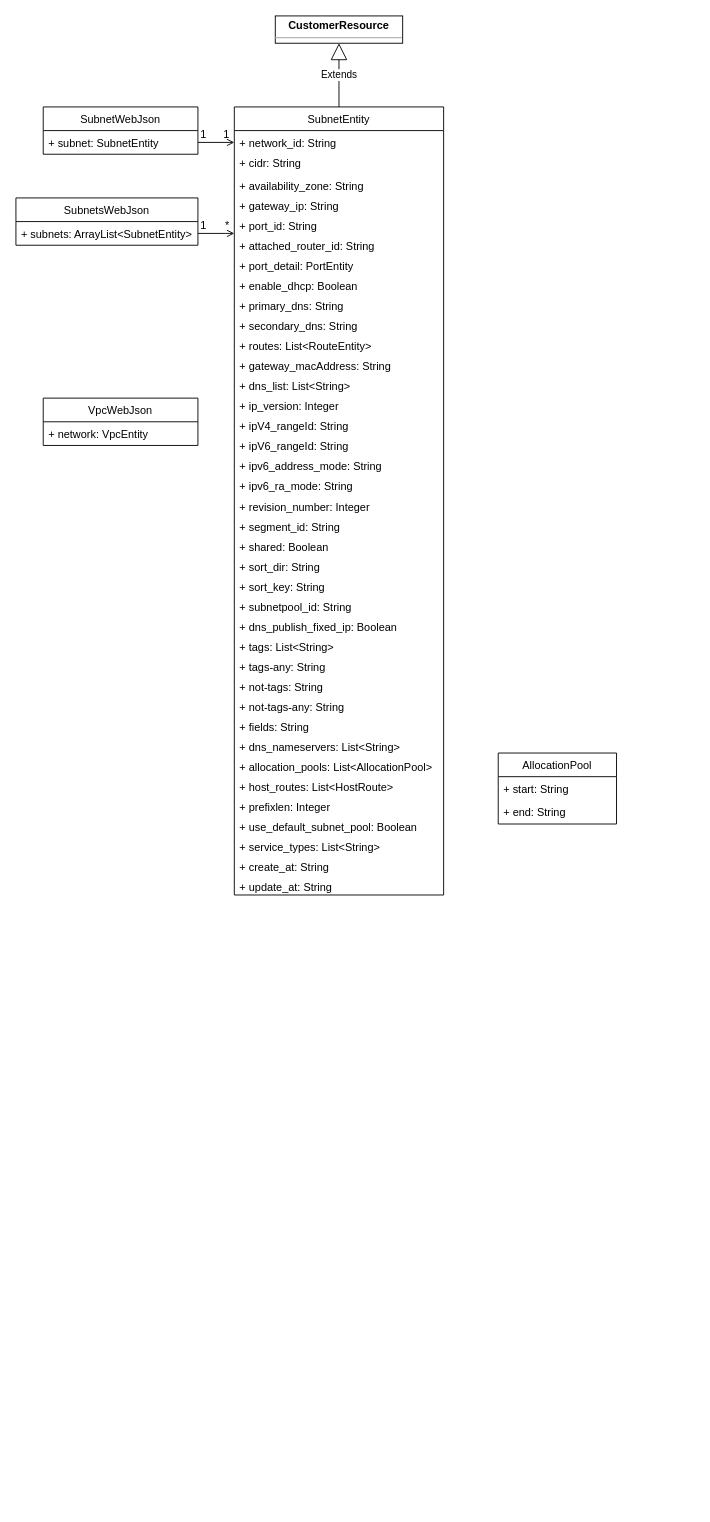
Above: subnet.drawio in cj-chung/diagrams (draw.io), before the change. Source tidied: cells renumbered, new cells numbered last; positions are measured from the earlier drawing's top-left corner, leaving out a move shared by most shapes. Both pictures are drawn from the tidied source at 91%, with x=0, y=0 at pixel (15, 15).
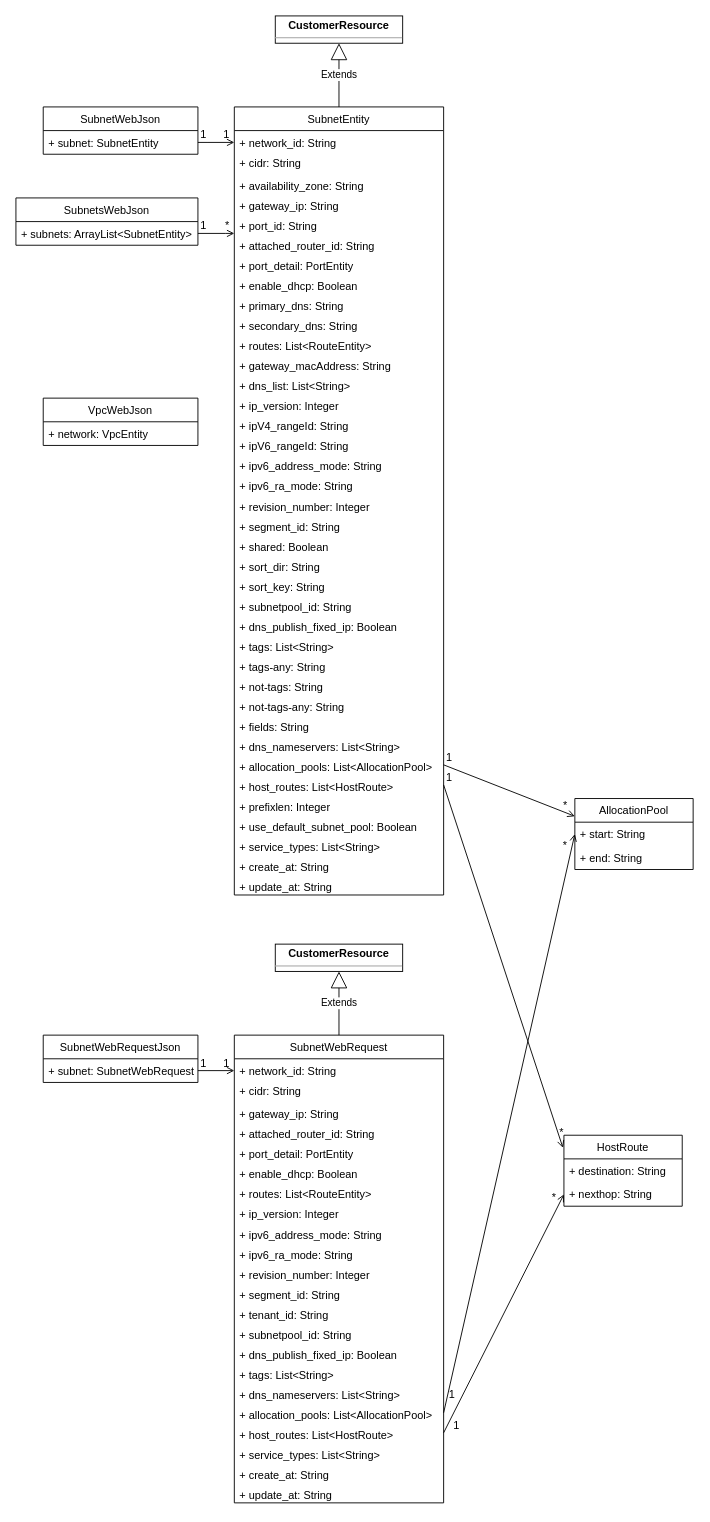
The same page after the edit.

The change refers to these unchanged cells:
```xml
<mxCell id="34" value="+ allocation_pools: List&lt;AllocationPool&gt;&#10;" style="text;strokeColor=none;fillColor=none;align=left;verticalAlign=top;spacingLeft=4;spacingRight=4;overflow=hidden;points=[[0,0.5],[1,0.5]];portConstraint=eastwest;" parent="2" vertex="1">
  <mxGeometry y="712" width="230" height="22" as="geometry" />
</mxCell>
<mxCell id="35" value="+ host_routes: List&lt;HostRoute&gt;&#10;" style="text;strokeColor=none;fillColor=none;align=left;verticalAlign=top;spacingLeft=4;spacingRight=4;overflow=hidden;points=[[0,0.5],[1,0.5]];portConstraint=eastwest;" parent="2" vertex="1">
  <mxGeometry y="734" width="230" height="22" as="geometry" />
</mxCell>
<mxCell id="42" value="+ start: String" style="text;strokeColor=none;fillColor=none;align=left;verticalAlign=top;spacingLeft=4;spacingRight=4;overflow=hidden;points=[[0,0.5],[1,0.5]];portConstraint=eastwest;" parent="41" vertex="1">
  <mxGeometry y="26" width="130" height="26" as="geometry" />
</mxCell>
```

What changed in the source:
```diff
@@
     <mxCell id="41" value="AllocationPool" style="swimlane;fontStyle=0;horizontal=1;startSize=26;fillColor=none;" parent="1" vertex="1">
-      <mxGeometry x="530" y="810" width="130" height="78" as="geometry" />
+      <mxGeometry x="614.2" y="860" width="130" height="78" as="geometry" />
     </mxCell>
@@
+    <mxCell id="58" style="endArrow=open;shadow=0;strokeWidth=1;rounded=0;endFill=1;elbow=vertical;exitX=1;exitY=0.5;exitDx=0;exitDy=0;entryX=0;entryY=0.25;entryDx=0;entryDy=0;" parent="1" edge="1" source="34" target="41">
+      <mxGeometry x="0.5" y="41" relative="1" as="geometry">
+        <mxPoint x="-40" y="32" as="offset" />
+      </mxGeometry>
+    </mxCell>
+    <mxCell id="59" value="1" style="align=left;verticalAlign=bottom;labelBackgroundColor=none;fontSize=12;" parent="58" vertex="1">
+      <mxGeometry x="-1" relative="1" as="geometry">
+        <mxPoint x="1" as="offset" />
+      </mxGeometry>
+    </mxCell>
+    <mxCell id="60" value="*" style="align=right;verticalAlign=bottom;labelBackgroundColor=none;fontSize=12;" parent="58" vertex="1">
+      <mxGeometry x="1" relative="1" as="geometry">
+        <mxPoint x="-7" y="-3" as="offset" />
+      </mxGeometry>
+    </mxCell>
+    <mxCell id="61" value="HostRoute" style="swimlane;fontStyle=0;horizontal=1;startSize=26;fillColor=none;" parent="1" vertex="1">
+      <mxGeometry x="602.2" y="1230" width="130" height="78" as="geometry" />
+    </mxCell>
+    <mxCell id="62" value="+ destination: String" style="text;strokeColor=none;fillColor=none;align=left;verticalAlign=top;spacingLeft=4;spacingRight=4;overflow=hidden;" parent="61" vertex="1">
+      <mxGeometry y="26" width="130" height="26" as="geometry" />
+    </mxCell>
+    <mxCell id="63" value="+ nexthop: String" style="text;strokeColor=none;fillColor=none;align=left;verticalAlign=top;spacingLeft=4;spacingRight=4;overflow=hidden;points=[[0,0.5],[1,0.5]];portConstraint=eastwest;" parent="61" vertex="1">
+      <mxGeometry y="52" width="130" height="26" as="geometry" />
+    </mxCell>
+    <mxCell id="64" style="endArrow=open;shadow=0;strokeWidth=1;rounded=0;endFill=1;elbow=vertical;entryX=-0.008;entryY=0.179;entryDx=0;entryDy=0;entryPerimeter=0;exitX=1;exitY=0.5;exitDx=0;exitDy=0;" parent="1" edge="1" source="35" target="61">
+      <mxGeometry x="0.5" y="41" relative="1" as="geometry">
+        <mxPoint x="-40" y="32" as="offset" />
+      </mxGeometry>
+    </mxCell>
+    <mxCell id="65" value="1" style="align=left;verticalAlign=bottom;labelBackgroundColor=none;fontSize=12;" parent="64" vertex="1">
+      <mxGeometry x="-1" relative="1" as="geometry">
+        <mxPoint x="1" as="offset" />
+      </mxGeometry>
+    </mxCell>
+    <mxCell id="66" value="*" style="align=right;verticalAlign=bottom;labelBackgroundColor=none;fontSize=12;" parent="64" vertex="1">
+      <mxGeometry x="1" relative="1" as="geometry">
+        <mxPoint x="2" y="-9" as="offset" />
+      </mxGeometry>
+    </mxCell>
+    <mxCell id="67" value="Extends" style="endArrow=block;endSize=16;endFill=0;html=1;exitX=0.5;exitY=0;exitDx=0;exitDy=0;entryX=0.5;entryY=1;entryDx=0;entryDy=0;" parent="1" edge="1" target="73">
+      <mxGeometry relative="1" as="geometry">
+        <mxPoint x="355" y="1120" as="sourcePoint" />
+      </mxGeometry>
+    </mxCell>
+    <mxCell id="68" value="SubnetWebRequestJson" style="swimlane;fontStyle=0;horizontal=1;startSize=26;fillColor=none;" parent="1" vertex="1">
+      <mxGeometry x="30" y="1120" width="170" height="52" as="geometry" />
+    </mxCell>
+    <mxCell id="69" value="+ subnet: SubnetWebRequest" style="text;strokeColor=none;fillColor=none;align=left;verticalAlign=top;spacingLeft=4;spacingRight=4;overflow=hidden;points=[[0,0.5],[1,0.5]];portConstraint=eastwest;" parent="68" vertex="1">
+      <mxGeometry y="26" width="170" height="26" as="geometry" />
+    </mxCell>
+    <mxCell id="70" style="endArrow=open;shadow=0;strokeWidth=1;rounded=0;endFill=1;edgeStyle=elbowEdgeStyle;elbow=vertical;" parent="1" edge="1" source="69">
+      <mxGeometry x="0.5" y="41" relative="1" as="geometry">
+        <mxPoint x="240" y="1159" as="targetPoint" />
+        <Array as="points">
+          <mxPoint x="210" y="1159" />
+          <mxPoint x="200" y="1180" />
+          <mxPoint x="220" y="1159" />
+          <mxPoint x="210" y="1139" />
+          <mxPoint x="230" y="1085" />
+        </Array>
+        <mxPoint x="-40" y="32" as="offset" />
+      </mxGeometry>
+    </mxCell>
+    <mxCell id="71" value="1" style="align=left;verticalAlign=bottom;labelBackgroundColor=none;fontSize=12;" parent="70" vertex="1">
+      <mxGeometry x="-1" relative="1" as="geometry">
+        <mxPoint x="1" as="offset" />
+      </mxGeometry>
+    </mxCell>
+    <mxCell id="72" value="1" style="align=right;verticalAlign=bottom;labelBackgroundColor=none;fontSize=12;" parent="70" vertex="1">
+      <mxGeometry x="1" relative="1" as="geometry">
+        <mxPoint x="-4" as="offset" />
+      </mxGeometry>
+    </mxCell>
+    <mxCell id="73" value="&lt;p style=&quot;margin: 0px ; margin-top: 4px ; text-align: center&quot;&gt;&lt;b&gt;CustomerResource&lt;/b&gt;&lt;/p&gt;&lt;hr size=&quot;1&quot;&gt;&lt;div style=&quot;height: 2px&quot;&gt;&lt;/div&gt;" style="verticalAlign=top;align=left;overflow=fill;fontSize=12;fontFamily=Helvetica;html=1;" parent="1" vertex="1">
+      <mxGeometry x="285" y="1020" width="140" height="30" as="geometry" />
+    </mxCell>
+    <mxCell id="74" value="SubnetWebRequest" style="swimlane;fontStyle=0;horizontal=1;startSize=26;fillColor=none;" parent="1" vertex="1">
+      <mxGeometry x="240" y="1120" width="230" height="514" as="geometry" />
+    </mxCell>
+    <mxCell id="75" value="+ network_id: String&#10;" style="text;strokeColor=none;fillColor=none;align=left;verticalAlign=top;spacingLeft=4;spacingRight=4;overflow=hidden;" parent="74" vertex="1">
+      <mxGeometry y="26" width="230" height="22" as="geometry" />
+    </mxCell>
+    <mxCell id="76" value="+ cidr: String" style="text;strokeColor=none;fillColor=none;align=left;verticalAlign=top;spacingLeft=4;spacingRight=4;overflow=hidden;" parent="74" vertex="1">
+      <mxGeometry y="48" width="230" height="26" as="geometry" />
+    </mxCell>
+    <mxCell id="77" value="+ gateway_ip: String&#10;" style="text;strokeColor=none;fillColor=none;align=left;verticalAlign=top;spacingLeft=4;spacingRight=4;overflow=hidden;" parent="74" vertex="1">
+      <mxGeometry y="74" width="230" height="22" as="geometry" />
+    </mxCell>
+    <mxCell id="78" value="+ attached_router_id: String&#10;" style="text;strokeColor=none;fillColor=none;align=left;verticalAlign=top;spacingLeft=4;spacingRight=4;overflow=hidden;" parent="74" vertex="1">
+      <mxGeometry y="96" width="230" height="22" as="geometry" />
+    </mxCell>
+    <mxCell id="79" value="+ port_detail: PortEntity&#10;" style="text;strokeColor=none;fillColor=none;align=left;verticalAlign=top;spacingLeft=4;spacingRight=4;overflow=hidden;" parent="74" vertex="1">
+      <mxGeometry y="118" width="230" height="22" as="geometry" />
+    </mxCell>
+    <mxCell id="80" value="+ enable_dhcp: Boolean&#10;" style="text;strokeColor=none;fillColor=none;align=left;verticalAlign=top;spacingLeft=4;spacingRight=4;overflow=hidden;" parent="74" vertex="1">
+      <mxGeometry y="140" width="230" height="22" as="geometry" />
+    </mxCell>
+    <mxCell id="81" value="+ routes: List&lt;RouteEntity&gt;&#10;" style="text;strokeColor=none;fillColor=none;align=left;verticalAlign=top;spacingLeft=4;spacingRight=4;overflow=hidden;" parent="74" vertex="1">
+      <mxGeometry y="162" width="230" height="22" as="geometry" />
+    </mxCell>
+    <mxCell id="82" value="+ ip_version: Integer&#10;" style="text;strokeColor=none;fillColor=none;align=left;verticalAlign=top;spacingLeft=4;spacingRight=4;overflow=hidden;" parent="74" vertex="1">
+      <mxGeometry y="184" width="230" height="22" as="geometry" />
+    </mxCell>
+    <mxCell id="83" value="+ ipv6_address_mode: String&#10;" style="text;strokeColor=none;fillColor=none;align=left;verticalAlign=top;spacingLeft=4;spacingRight=4;overflow=hidden;" parent="74" vertex="1">
+      <mxGeometry y="206" width="230" height="22" as="geometry" />
+    </mxCell>
+    <mxCell id="84" value="+ ipv6_ra_mode: String&#10;" style="text;strokeColor=none;fillColor=none;align=left;verticalAlign=top;spacingLeft=4;spacingRight=4;overflow=hidden;" parent="74" vertex="1">
+      <mxGeometry y="228" width="230" height="22" as="geometry" />
+    </mxCell>
+    <mxCell id="85" value="+ revision_number: Integer&#10;" style="text;strokeColor=none;fillColor=none;align=left;verticalAlign=top;spacingLeft=4;spacingRight=4;overflow=hidden;" parent="74" vertex="1">
+      <mxGeometry y="250" width="230" height="22" as="geometry" />
+    </mxCell>
+    <mxCell id="86" value="+ segment_id: String&#10;" style="text;strokeColor=none;fillColor=none;align=left;verticalAlign=top;spacingLeft=4;spacingRight=4;overflow=hidden;" parent="74" vertex="1">
+      <mxGeometry y="272" width="230" height="22" as="geometry" />
+    </mxCell>
+    <mxCell id="87" value="+ tenant_id: String&#10;" style="text;strokeColor=none;fillColor=none;align=left;verticalAlign=top;spacingLeft=4;spacingRight=4;overflow=hidden;" parent="74" vertex="1">
+      <mxGeometry y="294" width="230" height="22" as="geometry" />
+    </mxCell>
+    <mxCell id="88" value="+ subnetpool_id: String" style="text;strokeColor=none;fillColor=none;align=left;verticalAlign=top;spacingLeft=4;spacingRight=4;overflow=hidden;" parent="74" vertex="1">
+      <mxGeometry y="316" width="230" height="22" as="geometry" />
+    </mxCell>
+    <mxCell id="89" value="+ dns_publish_fixed_ip: Boolean&#10;" style="text;strokeColor=none;fillColor=none;align=left;verticalAlign=top;spacingLeft=4;spacingRight=4;overflow=hidden;" parent="74" vertex="1">
+      <mxGeometry y="338" width="230" height="22" as="geometry" />
+    </mxCell>
+    <mxCell id="90" value="+ tags: List&lt;String&gt;&#10;" style="text;strokeColor=none;fillColor=none;align=left;verticalAlign=top;spacingLeft=4;spacingRight=4;overflow=hidden;" parent="74" vertex="1">
+      <mxGeometry y="360" width="230" height="22" as="geometry" />
+    </mxCell>
+    <mxCell id="91" value="+ dns_nameservers: List&lt;String&gt;&#10;" style="text;strokeColor=none;fillColor=none;align=left;verticalAlign=top;spacingLeft=4;spacingRight=4;overflow=hidden;" parent="74" vertex="1">
+      <mxGeometry y="382" width="230" height="22" as="geometry" />
+    </mxCell>
+    <mxCell id="92" value="+ allocation_pools: List&lt;AllocationPool&gt;&#10;" style="text;strokeColor=none;fillColor=none;align=left;verticalAlign=top;spacingLeft=4;spacingRight=4;overflow=hidden;points=[[0,0.5],[1,0.5]];portConstraint=eastwest;" parent="74" vertex="1">
+      <mxGeometry y="404" width="230" height="22" as="geometry" />
+    </mxCell>
+    <mxCell id="93" value="+ host_routes: List&lt;HostRoute&gt;&#10;" style="text;strokeColor=none;fillColor=none;align=left;verticalAlign=top;spacingLeft=4;spacingRight=4;overflow=hidden;points=[[0,0.5],[1,0.5]];portConstraint=eastwest;" parent="74" vertex="1">
+      <mxGeometry y="426" width="230" height="22" as="geometry" />
+    </mxCell>
+    <mxCell id="94" value="+ service_types: List&lt;String&gt;&#10;" style="text;strokeColor=none;fillColor=none;align=left;verticalAlign=top;spacingLeft=4;spacingRight=4;overflow=hidden;" parent="74" vertex="1">
+      <mxGeometry y="448" width="230" height="22" as="geometry" />
+    </mxCell>
+    <mxCell id="95" value="+ create_at: String&#10;" style="text;strokeColor=none;fillColor=none;align=left;verticalAlign=top;spacingLeft=4;spacingRight=4;overflow=hidden;" parent="74" vertex="1">
+      <mxGeometry y="470" width="230" height="22" as="geometry" />
+    </mxCell>
+    <mxCell id="96" value="+ update_at: String&#10;" style="text;strokeColor=none;fillColor=none;align=left;verticalAlign=top;spacingLeft=4;spacingRight=4;overflow=hidden;" parent="74" vertex="1">
+      <mxGeometry y="492" width="230" height="22" as="geometry" />
+    </mxCell>
+    <mxCell id="97" style="endArrow=open;shadow=0;strokeWidth=1;rounded=0;endFill=1;elbow=vertical;exitX=1;exitY=0.5;exitDx=0;exitDy=0;entryX=0;entryY=0.5;entryDx=0;entryDy=0;" parent="1" edge="1" source="92" target="42">
+      <mxGeometry x="0.5" y="41" relative="1" as="geometry">
+        <mxPoint x="-40" y="32" as="offset" />
+      </mxGeometry>
+    </mxCell>
+    <mxCell id="98" value="1" style="align=left;verticalAlign=bottom;labelBackgroundColor=none;fontSize=12;" parent="97" vertex="1">
+      <mxGeometry x="-1" relative="1" as="geometry">
+        <mxPoint x="4" y="-12" as="offset" />
+      </mxGeometry>
+    </mxCell>
+    <mxCell id="99" value="*" style="align=right;verticalAlign=bottom;labelBackgroundColor=none;fontSize=12;" parent="97" vertex="1">
+      <mxGeometry x="1" relative="1" as="geometry">
+        <mxPoint x="-7" y="20.9" as="offset" />
+      </mxGeometry>
+    </mxCell>
+    <mxCell id="100" style="endArrow=open;shadow=0;strokeWidth=1;rounded=0;endFill=1;elbow=vertical;exitX=1;exitY=0.5;exitDx=0;exitDy=0;entryX=0;entryY=0.5;entryDx=0;entryDy=0;" parent="1" edge="1" source="93" target="63">
+      <mxGeometry x="0.5" y="41" relative="1" as="geometry">
+        <mxPoint x="-40" y="32" as="offset" />
+      </mxGeometry>
+    </mxCell>
+    <mxCell id="101" value="1" style="align=left;verticalAlign=bottom;labelBackgroundColor=none;fontSize=12;" parent="100" vertex="1">
+      <mxGeometry x="-1" relative="1" as="geometry">
+        <mxPoint x="9" as="offset" />
+      </mxGeometry>
+    </mxCell>
+    <mxCell id="102" value="*" style="align=right;verticalAlign=bottom;labelBackgroundColor=none;fontSize=12;" parent="100" vertex="1">
+      <mxGeometry x="1" relative="1" as="geometry">
+        <mxPoint x="-7" y="11" as="offset" />
+      </mxGeometry>
+    </mxCell>
```
